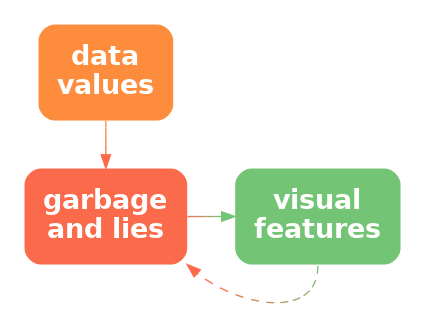
Earlier version of the Graphviz export _book/Diagrams/lie-vis-decode.png (pmur002/hdvw). Its source is kept beside it as Diagrams/lie-vis-decode.dot.
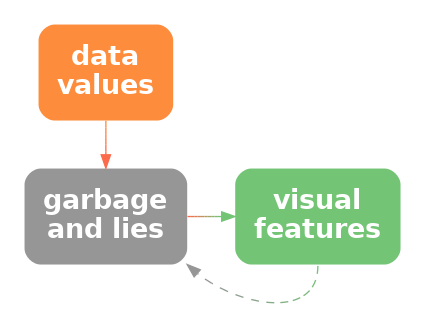
After the change.

Change to the diagram source:
```diff
@@ -2,11 +2,11 @@
   graph [ rankdir=LR; margin=.2; nodesep=.5 ];
   node [ fontsize=20; fontname="sans bold"; margin=.2 ];
   data [ label="data\nvalues"; shape=box; style="filled, rounded"; penwidth=0; fontcolor=white; fillcolor="#FD8D3C" ]
-  lie [ label="garbage\nand lies"; shape=box; style="filled, rounded"; penwidth=0; fontcolor=white; fillcolor="#FB6A4A" ]
+  lie [ label="garbage\nand lies"; shape=box; style="filled, rounded"; penwidth=0; fontcolor=white; fillcolor="#969696" ]
   vis [ label="visual\nfeatures"; shape=box;
      style="filled, rounded"; penwidth=0; fontcolor=white; fillcolor="#74C476" ]
   data -> lie [ color="#FD8D3C;0.1:#FD893E;0.1:#FD853F;0.1:#FC8141;0.1:#FC7D42;0.1:#FC7A44;0.1:#FC7645;0.1:#FB7247;0.1:#FB6E48;0.1:#FB6A4A;0.1" ]
   lie -> vis [ color="#FB6A4A;0.1:#EC744F;0.1:#DD7E54;0.1:#CE8859;0.1:#BF925E;0.1:#B09C62;0.1:#A1A667;0.1:#92B06C;0.1:#83BA71;0.1:#74C476;0.1" ]
-  vis:s -> lie:se [ style="dashed", color="#74C476;0.1:#83BA71;0.1:#92B06C;0.1:#A1A667;0.1:#B09C62;0.1:#BF925E;0.1:#CE8859;0.1:#DD7E54;0.1:#EC744F;0.1:#FB6A4A;0.1" ]
+  vis:s -> lie:se [ style="dashed", color="#74C476;0.1:#78BF7A;0.1:#7CBA7D;0.1:#7FB581;0.1:#83B084;0.1:#87AA88;0.1:#8BA58B;0.1:#8EA08F;0.1:#929B92;0.1:#969696;0.1" ]
 { rank=same; data, lie }
 }
```
